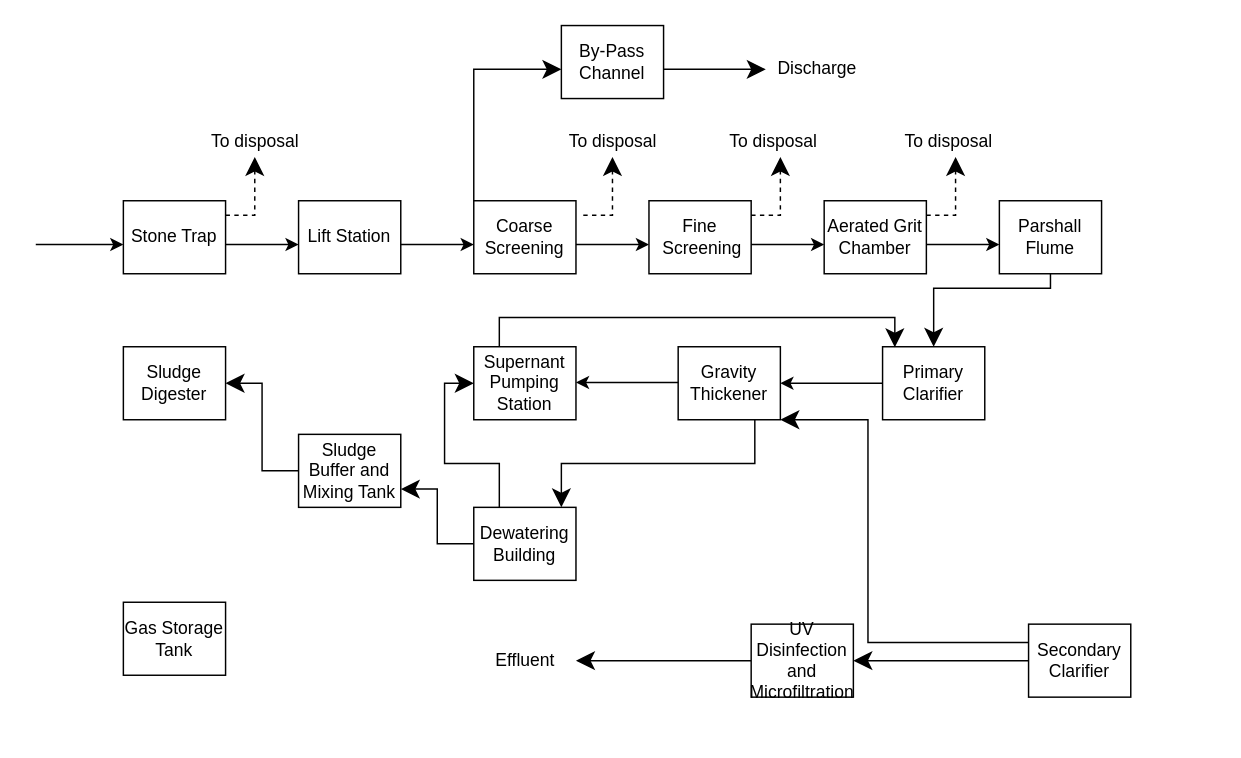
Before: Untitled Diagram.drawio in aycatoksoy/MB-Flowchart, a draw.io diagram. Source tidied: cells renumbered, new cells numbered last; positions are measured from the earlier drawing's top-left corner, leaving out a move shared by most shapes. Both pictures are drawn from the tidied source at 146%, with x=0, y=0 at pixel (35, 25).
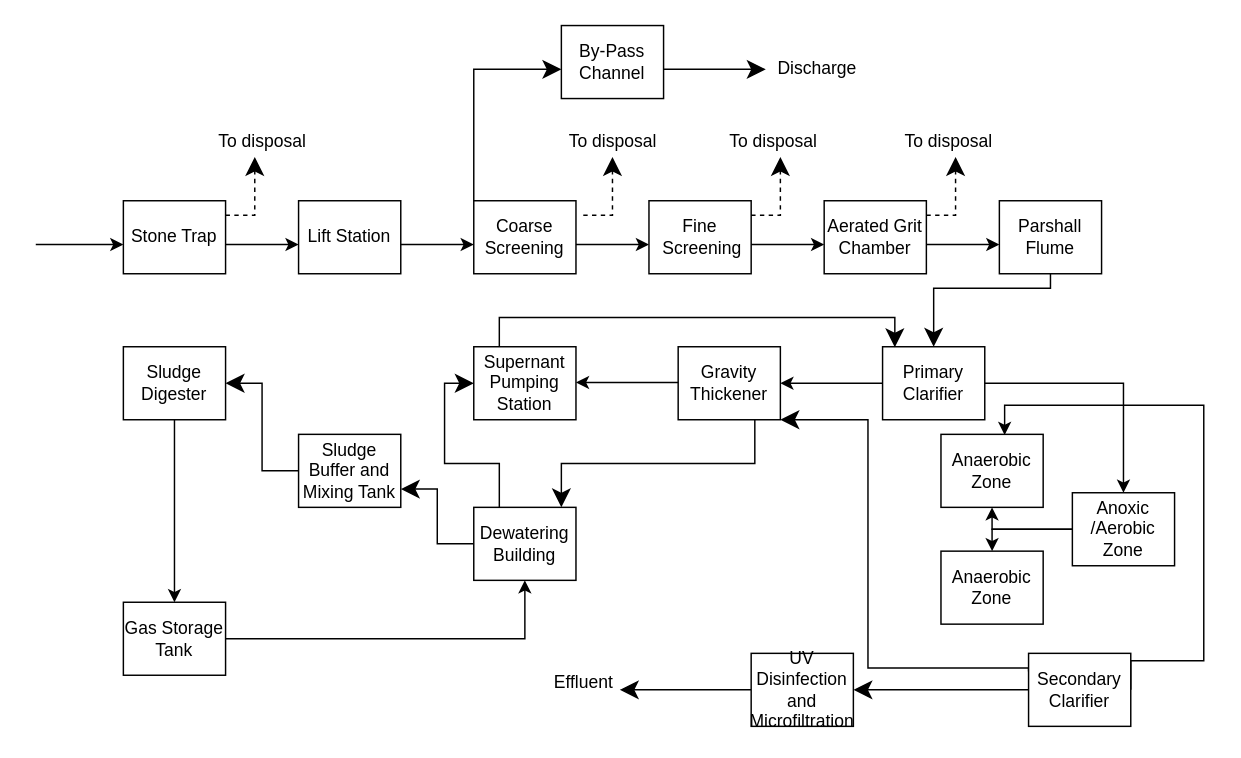
The same page after the edit.

The change refers to these unchanged cells:
```xml
<mxCell id="9" value="Coarse Screening&lt;br&gt;" style="rounded=0;whiteSpace=wrap;html=1;sketch=0;" parent="1" vertex="1">
  <mxGeometry x="300" y="120" width="70" height="50" as="geometry" />
</mxCell>
<mxCell id="27" value="Primary Clarifier&lt;br&gt;" style="rounded=0;whiteSpace=wrap;html=1;sketch=0;" parent="1" vertex="1">
  <mxGeometry x="580" y="220" width="70" height="50" as="geometry" />
</mxCell>
<mxCell id="29" value="Gravity Thickener&lt;br&gt;" style="rounded=0;whiteSpace=wrap;html=1;sketch=0;" parent="1" vertex="1">
  <mxGeometry x="440" y="220" width="70" height="50" as="geometry" />
</mxCell>
<mxCell id="36" value="Dewatering Building" style="rounded=0;whiteSpace=wrap;html=1;sketch=0;" parent="1" vertex="1">
  <mxGeometry x="300" y="330" width="70" height="50" as="geometry" />
</mxCell>
<mxCell id="39" value="Sludge Digester" style="rounded=0;whiteSpace=wrap;html=1;sketch=0;" parent="1" vertex="1">
  <mxGeometry x="60" y="220" width="70" height="50" as="geometry" />
</mxCell>
<mxCell id="40" value="Gas Storage Tank" style="rounded=0;whiteSpace=wrap;html=1;sketch=0;" parent="1" vertex="1">
  <mxGeometry x="60" y="395" width="70" height="50" as="geometry" />
</mxCell>
```

Change to the diagram source:
```diff
@@
     <mxCell id="7" value="To disposal&lt;br&gt;" style="text;html=1;align=center;verticalAlign=middle;strokeColor=none;fillColor=none;" parent="1" vertex="1">
-      <mxGeometry x="115" y="70" width="70" height="20" as="geometry" />
+      <mxGeometry x="120" y="70" width="70" height="20" as="geometry" />
     </mxCell>
@@
-    <mxCell id="16" style="endArrow=classic;html=1;rounded=0;sketch=0;endSize=10;targetPerimeterSpacing=4;strokeWidth=1;jumpStyle=sharp;jumpSize=16;" parent="1" edge="1">
+    <mxCell id="16" style="endArrow=classic;html=1;rounded=0;sketch=0;endSize=10;targetPerimeterSpacing=4;strokeWidth=1;jumpStyle=sharp;jumpSize=16;exitX=0;exitY=0;exitDx=0;exitDy=0;" parent="1" edge="1" source="9">
       <mxGeometry relative="1" as="geometry">
-        <mxPoint x="300" y="120" as="sourcePoint" />
         <mxPoint x="360" y="30" as="targetPoint" />
         <Array as="points">
           <mxPoint x="300" y="30" />
         </Array>
       </mxGeometry>
     </mxCell>
@@
+    <mxCell id="47" style="edgeStyle=orthogonalEdgeStyle;rounded=0;jettySize=auto;html=1;exitX=1;exitY=0.5;exitDx=0;exitDy=0;entryX=0.5;entryY=0;entryDx=0;entryDy=0;" parent="1" edge="1" source="27" target="53">
+      <mxGeometry relative="1" as="geometry" />
+    </mxCell>
@@
+    <mxCell id="48" style="edgeStyle=orthogonalEdgeStyle;rounded=0;jettySize=auto;html=1;" parent="1" edge="1" source="39" target="40">
+      <mxGeometry relative="1" as="geometry" />
+    </mxCell>
@@
+    <mxCell id="49" style="edgeStyle=orthogonalEdgeStyle;rounded=0;jettySize=auto;html=1;entryX=0.5;entryY=1;entryDx=0;entryDy=0;" parent="1" edge="1" source="40" target="36">
+      <mxGeometry relative="1" as="geometry" />
+    </mxCell>
@@
     <mxCell id="41" style="edgeStyle=orthogonalEdgeStyle;rounded=0;sketch=0;jumpStyle=sharp;jumpSize=16;jettySize=auto;html=1;entryX=1;entryY=1;entryDx=0;entryDy=0;endSize=10;targetPerimeterSpacing=4;strokeWidth=1;exitX=0;exitY=0.25;exitDx=0;exitDy=0;" parent="1" edge="1" source="43" target="29">
       <mxGeometry relative="1" as="geometry">
         <Array as="points">
-          <mxPoint x="570" y="423" />
+          <mxPoint x="680" y="440" />
+          <mxPoint x="570" y="440" />
           <mxPoint x="570" y="270" />
         </Array>
       </mxGeometry>
     </mxCell>
@@
+    <mxCell id="50" style="edgeStyle=orthogonalEdgeStyle;rounded=0;jettySize=auto;html=1;exitX=1;exitY=0.5;exitDx=0;exitDy=0;entryX=0.623;entryY=0.008;entryDx=0;entryDy=0;entryPerimeter=0;" parent="1" edge="1" source="43" target="54">
+      <mxGeometry relative="1" as="geometry">
+        <Array as="points">
+          <mxPoint x="800" y="435" />
+          <mxPoint x="800" y="260" />
+          <mxPoint x="664" y="260" />
+        </Array>
+      </mxGeometry>
+    </mxCell>
     <mxCell id="43" value="Secondary Clarifier" style="rounded=0;whiteSpace=wrap;html=1;sketch=0;" parent="1" vertex="1">
-      <mxGeometry x="680" y="410" width="70" height="50" as="geometry" />
+      <mxGeometry x="680" y="430" width="70" height="50" as="geometry" />
     </mxCell>
     <mxCell id="44" style="edgeStyle=orthogonalEdgeStyle;rounded=0;sketch=0;jumpStyle=sharp;jumpSize=16;jettySize=auto;html=1;endSize=10;targetPerimeterSpacing=4;strokeWidth=1;" parent="1" edge="1" source="45">
       <mxGeometry relative="1" as="geometry">
-        <mxPoint x="370" y="435" as="targetPoint" />
+        <mxPoint x="400" y="455" as="targetPoint" />
       </mxGeometry>
     </mxCell>
     <mxCell id="45" value="UV Disinfection and Microfiltration" style="rounded=0;whiteSpace=wrap;html=1;sketch=0;" parent="1" vertex="1">
-      <mxGeometry x="490" y="410" width="70" height="50" as="geometry" />
+      <mxGeometry x="490" y="430" width="70" height="50" as="geometry" />
     </mxCell>
     <mxCell id="46" value="Effluent" style="text;html=1;align=center;verticalAlign=middle;strokeColor=none;fillColor=none;" parent="1" vertex="1">
-      <mxGeometry x="310" y="425" width="50" height="20" as="geometry" />
+      <mxGeometry x="350" y="440" width="50" height="20" as="geometry" />
     </mxCell>
+    <mxCell id="51" style="edgeStyle=elbowEdgeStyle;rounded=0;jettySize=auto;html=1;exitX=0;exitY=0.5;exitDx=0;exitDy=0;entryX=0.5;entryY=0;entryDx=0;entryDy=0;" parent="1" edge="1" source="53" target="55">
+      <mxGeometry relative="1" as="geometry">
+        <Array as="points">
+          <mxPoint x="655" y="360" />
+        </Array>
+      </mxGeometry>
+    </mxCell>
+    <mxCell id="52" style="edgeStyle=elbowEdgeStyle;rounded=0;jettySize=auto;html=1;exitX=0;exitY=0.5;exitDx=0;exitDy=0;entryX=0.5;entryY=1;entryDx=0;entryDy=0;" parent="1" edge="1" source="53" target="54">
+      <mxGeometry relative="1" as="geometry">
+        <Array as="points">
+          <mxPoint x="655" y="350" />
+        </Array>
+      </mxGeometry>
+    </mxCell>
+    <mxCell id="53" value="Anoxic /Aerobic Zone" style="rounded=0;whiteSpace=wrap;html=1;sketch=0;" parent="1" vertex="1">
+      <mxGeometry x="710" y="320" width="70" height="50" as="geometry" />
+    </mxCell>
+    <mxCell id="54" value="Anaerobic Zone&lt;br&gt;" style="rounded=0;whiteSpace=wrap;html=1;sketch=0;" parent="1" vertex="1">
+      <mxGeometry x="620" y="280" width="70" height="50" as="geometry" />
+    </mxCell>
+    <mxCell id="55" value="Anaerobic Zone&lt;br&gt;" style="rounded=0;whiteSpace=wrap;html=1;sketch=0;" parent="1" vertex="1">
+      <mxGeometry x="620" y="360" width="70" height="50" as="geometry" />
+    </mxCell>
```
